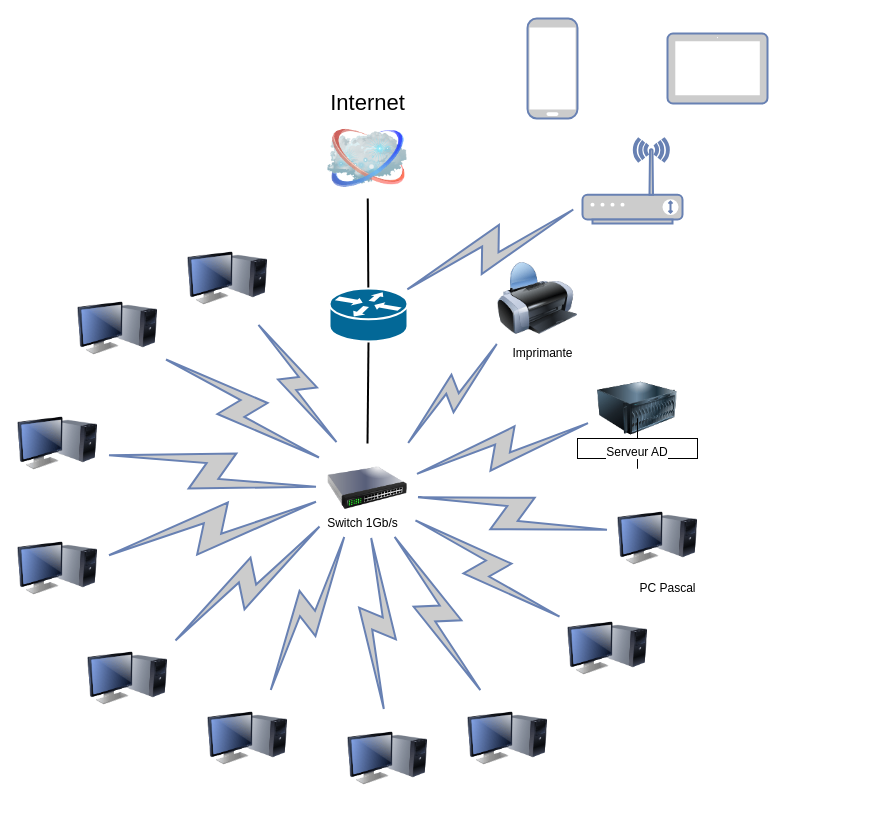
Emusimbwa/Etsha-Musimbwa keeps this draw.io diagram as Diagramme sans nom.drawio. Above is the earlier version. Source tidied: cells renumbered, new cells numbered last; positions are measured from the earlier drawing's top-left corner, leaving out a move shared by most shapes. Both pictures are drawn from the tidied source at 100%, with x=0, y=0 at pixel (17, 18).
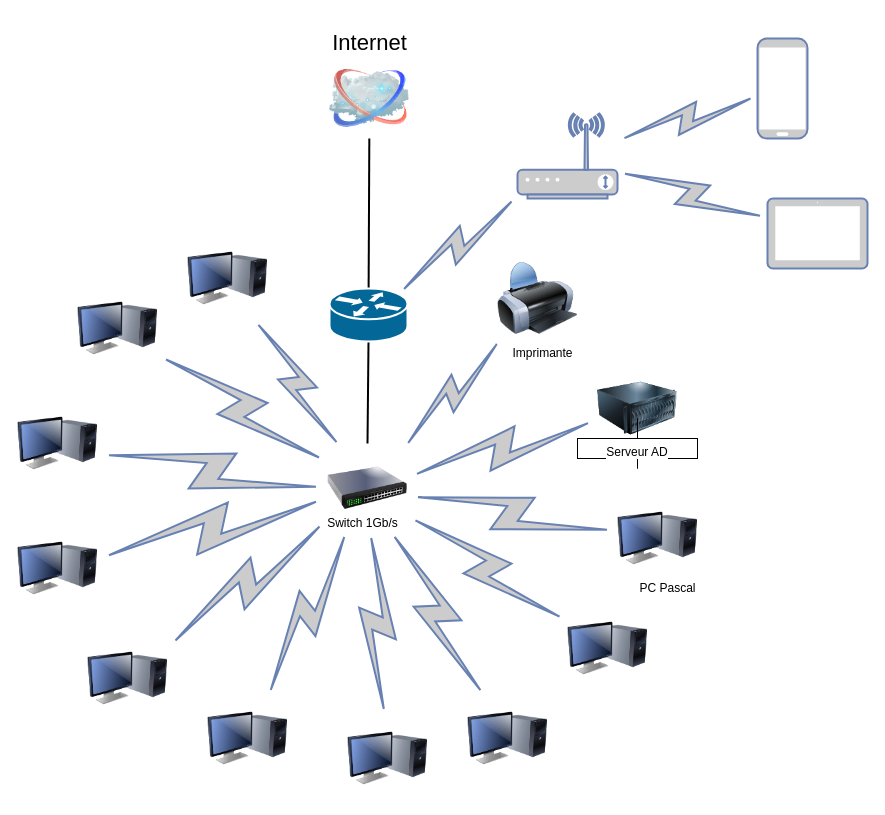
Above is the later version.

Commit message:
Definition_infra_reseau2

Change to the diagram source:
```diff
@@
     <mxCell id="3" value="Internet" style="image;html=1;labelBackgroundColor=#ffffff;image=img/lib/clip_art/networking/Cloud_128x128.png;rounded=1;shadow=0;comic=0;strokeWidth=2;fontSize=22;labelPosition=center;verticalLabelPosition=top;align=center;verticalAlign=bottom;" parent="1" vertex="1">
-      <mxGeometry x="310" y="100" width="80" height="80" as="geometry" />
+      <mxGeometry x="312" y="40" width="80" height="80" as="geometry" />
     </mxCell>
@@
     <mxCell id="36" style="fontColor=#0066CC;verticalAlign=top;verticalLabelPosition=bottom;labelPosition=center;align=center;html=1;outlineConnect=0;fillColor=#CCCCCC;strokeColor=#6881B3;gradientColor=none;gradientDirection=north;strokeWidth=2;shape=mxgraph.networks.wireless_modem;fontSize=16;" parent="1" vertex="1">
-      <mxGeometry x="565" y="120" width="100" height="85" as="geometry" />
+      <mxGeometry x="500" y="95" width="100" height="85" as="geometry" />
     </mxCell>
@@
     <mxCell id="38" style="fontColor=#0066CC;verticalAlign=top;verticalLabelPosition=bottom;labelPosition=center;align=center;html=1;outlineConnect=0;fillColor=#CCCCCC;strokeColor=#6881B3;gradientColor=none;gradientDirection=north;strokeWidth=2;shape=mxgraph.networks.mobile;fontSize=16;" parent="1" vertex="1">
-      <mxGeometry x="510" width="50" height="100" as="geometry" />
+      <mxGeometry x="740" y="20" width="50" height="100" as="geometry" />
     </mxCell>
     <mxCell id="39" style="fontColor=#0066CC;verticalAlign=top;verticalLabelPosition=bottom;labelPosition=center;align=center;html=1;outlineConnect=0;fillColor=#CCCCCC;strokeColor=#6881B3;gradientColor=none;gradientDirection=north;strokeWidth=2;shape=mxgraph.networks.tablet;fontSize=16;" parent="1" vertex="1">
-      <mxGeometry x="650" y="15" width="100" height="70" as="geometry" />
+      <mxGeometry x="750" y="180" width="100" height="70" as="geometry" />
     </mxCell>
+    <mxCell id="40" style="html=1;outlineConnect=0;fillColor=#CCCCCC;strokeColor=#6881B3;gradientColor=none;gradientDirection=north;strokeWidth=2;shape=mxgraph.networks.comm_link_edge;html=1;rounded=0;fontSize=12;startSize=8;endSize=8;curved=1;" parent="1" edge="1" source="36" target="38">
+      <mxGeometry relative="1" as="geometry" />
+    </mxCell>
+    <mxCell id="41" style="html=1;outlineConnect=0;fillColor=#CCCCCC;strokeColor=#6881B3;gradientColor=none;gradientDirection=north;strokeWidth=2;shape=mxgraph.networks.comm_link_edge;html=1;rounded=0;fontSize=12;startSize=8;endSize=8;curved=1;" parent="1" edge="1" source="36" target="39">
+      <mxGeometry relative="1" as="geometry" />
+    </mxCell>
```
